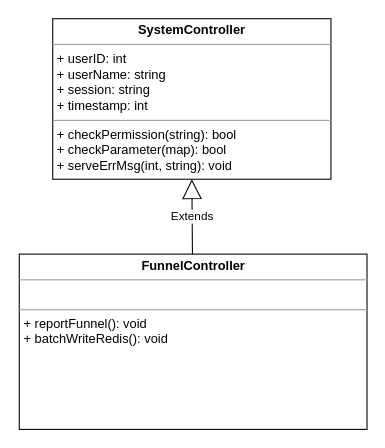
Earlier version of the draw.io diagram 5-14.drawio (Hope-of-countryside/learnGit). Source tidied: cells renumbered, new cells numbered last; positions are measured from the earlier drawing's top-left corner, leaving out a move shared by most shapes. Both pictures are drawn from the tidied source at 107%, with x=0, y=0 at pixel (18, 18).
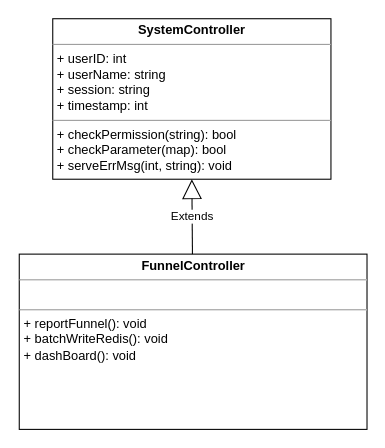
The same page after the edit.

The edit, as a diff of the source:
```diff
@@
 <mxGraphModel>
   <root>
     <mxCell id="0" />
     <mxCell id="1" parent="0" />
-    <mxCell id="2" value="&lt;p style=&quot;margin: 0px ; margin-top: 4px ; text-align: center&quot;&gt;&lt;b&gt;FunnelController&lt;/b&gt;&lt;/p&gt;&lt;hr size=&quot;1&quot;&gt;&lt;p style=&quot;margin: 0px ; margin-left: 4px&quot;&gt;&lt;br&gt;&lt;/p&gt;&lt;hr size=&quot;1&quot;&gt;&lt;p style=&quot;margin: 0px 0px 0px 4px&quot;&gt;+ reportFunnel(): void&lt;br&gt;&lt;/p&gt;&lt;p style=&quot;margin: 0px 0px 0px 4px&quot;&gt;+ batchWriteRedis(): void&lt;/p&gt;" style="verticalAlign=top;align=left;overflow=fill;fontSize=12;fontFamily=Helvetica;html=1;" parent="1" vertex="1">
+    <mxCell id="2" value="&lt;p style=&quot;margin: 0px ; margin-top: 4px ; text-align: center&quot;&gt;&lt;b&gt;FunnelController&lt;/b&gt;&lt;/p&gt;&lt;hr size=&quot;1&quot;&gt;&lt;p style=&quot;margin: 0px ; margin-left: 4px&quot;&gt;&lt;br&gt;&lt;/p&gt;&lt;hr size=&quot;1&quot;&gt;&lt;p style=&quot;margin: 0px 0px 0px 4px&quot;&gt;+ reportFunnel(): void&lt;br&gt;&lt;/p&gt;&lt;p style=&quot;margin: 0px 0px 0px 4px&quot;&gt;+ batchWriteRedis(): void&lt;/p&gt;&lt;p style=&quot;margin: 0px 0px 0px 4px&quot;&gt;+ dashBoard(): void&lt;/p&gt;" style="verticalAlign=top;align=left;overflow=fill;fontSize=12;fontFamily=Helvetica;html=1;" parent="1" vertex="1">
       <mxGeometry x="0.5" y="220" width="325" height="163.8" as="geometry" />
     </mxCell>
     <mxCell id="3" value="&lt;p style=&quot;margin: 0px ; margin-top: 4px ; text-align: center&quot;&gt;&lt;b&gt;SystemController&lt;/b&gt;&lt;/p&gt;&lt;hr size=&quot;1&quot;&gt;&lt;p style=&quot;margin: 0px ; margin-left: 4px&quot;&gt;+ userID: int&lt;/p&gt;&lt;p style=&quot;margin: 0px ; margin-left: 4px&quot;&gt;+ userName: string&lt;/p&gt;&lt;p style=&quot;margin: 0px ; margin-left: 4px&quot;&gt;+ session: string&lt;/p&gt;&lt;p style=&quot;margin: 0px ; margin-left: 4px&quot;&gt;+ timestamp: int&lt;br&gt;&lt;/p&gt;&lt;hr size=&quot;1&quot;&gt;&lt;p style=&quot;margin: 0px ; margin-left: 4px&quot;&gt;+ checkPermission(string): bool&lt;/p&gt;&lt;p style=&quot;margin: 0px ; margin-left: 4px&quot;&gt;+ checkParameter(map): bool&lt;/p&gt;&lt;p style=&quot;margin: 0px ; margin-left: 4px&quot;&gt;+ serveErrMsg(int, string): void&lt;/p&gt;" style="verticalAlign=top;align=left;overflow=fill;fontSize=12;fontFamily=Helvetica;html=1;" parent="1" vertex="1">
       <mxGeometry x="31.8" width="260" height="150" as="geometry" />
     </mxCell>
     <mxCell id="4" value="Extends" style="endArrow=block;endSize=16;endFill=0;html=1;entryX=0.5;entryY=1;entryDx=0;entryDy=0;" parent="1" edge="1" source="2" target="3">
       <mxGeometry relative="1" as="geometry" />
     </mxCell>
   </root>
 </mxGraphModel>
```
